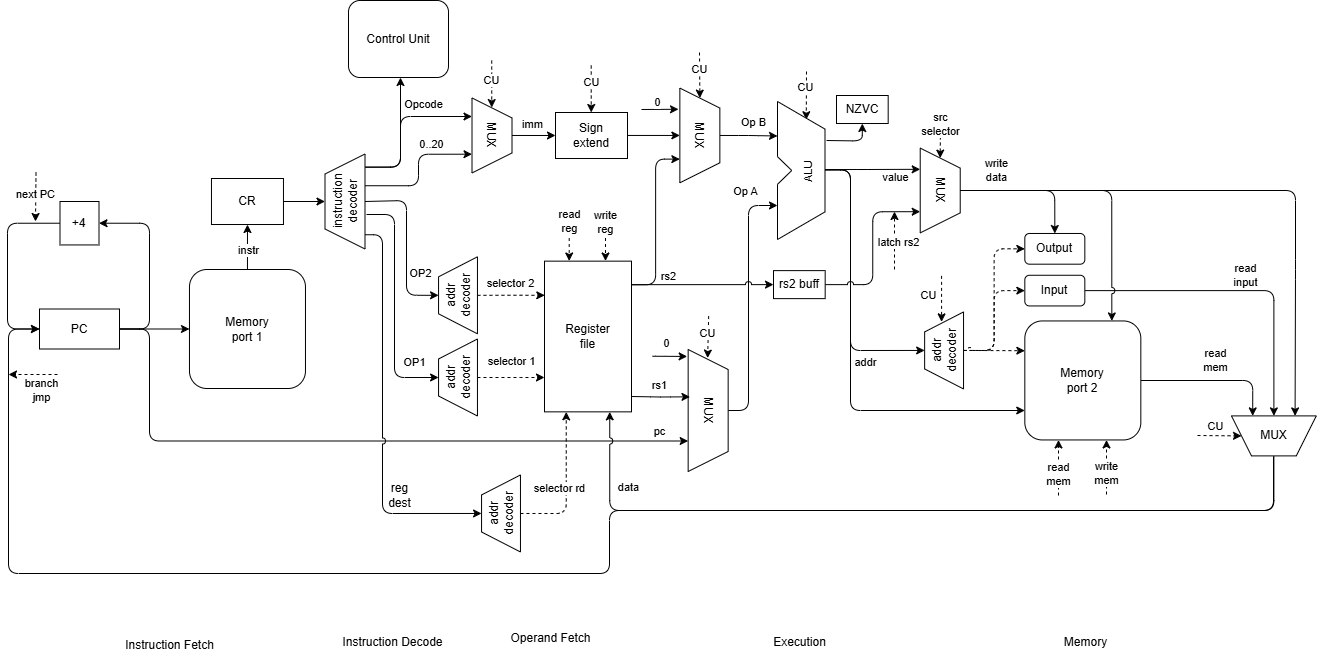
The draw.io diagram Computer Architecture/Lab_3_Scheme/risk_iv.png in Dmitrylesnoy/ITMO-study-labs, before a commit. Source tidied: cells renumbered, new cells last; positions are measured from the earlier drawing's top-left corner, leaving out a move shared by most shapes.
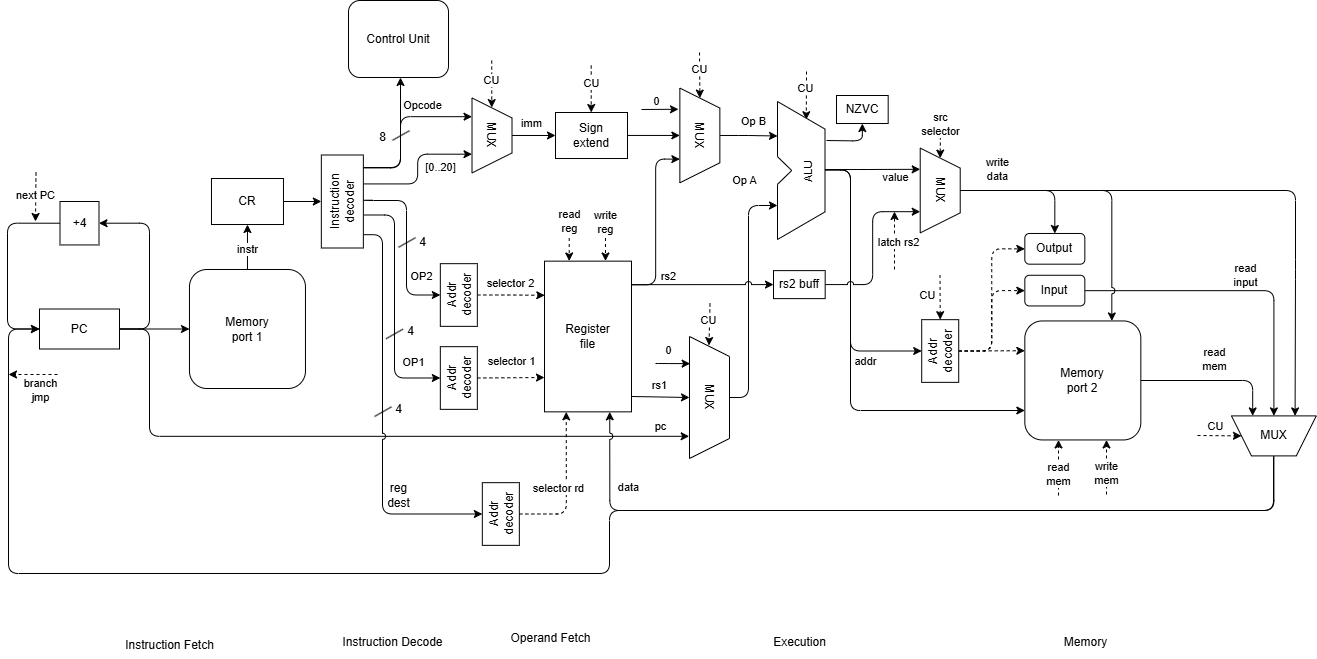
The same diagram one commit later.

Commit message:
CSA risk-iv scheme

What changed in the source:
```diff
@@ -5,11 +5,11 @@
     <mxCell id="2" style="edgeStyle=orthogonalEdgeStyle;html=1;entryX=0;entryY=0.5;entryDx=0;entryDy=0;" parent="1" edge="1" source="6" target="75">
       <mxGeometry relative="1" as="geometry" />
     </mxCell>
-    <mxCell id="3" style="edgeStyle=orthogonalEdgeStyle;html=1;entryX=0.75;entryY=1;entryDx=0;entryDy=0;exitX=1;exitY=0.5;exitDx=0;exitDy=0;" parent="1" edge="1" source="6" target="17">
+    <mxCell id="3" style="edgeStyle=orthogonalEdgeStyle;html=1;entryX=0.818;entryY=1.008;entryDx=0;entryDy=0;exitX=1;exitY=0.5;exitDx=0;exitDy=0;entryPerimeter=0;" parent="1" edge="1" source="6" target="17">
       <mxGeometry relative="1" as="geometry">
         <Array as="points">
-          <mxPoint x="142" y="328" />
-          <mxPoint x="142" y="440" />
+          <mxPoint x="142" y="329" />
+          <mxPoint x="142" y="436" />
         </Array>
       </mxGeometry>
     </mxCell>
@@ -32,8 +32,9 @@
     <mxCell id="7" value="Control Unit" style="rounded=1;whiteSpace=wrap;html=1;direction=south;" parent="1" vertex="1">
       <mxGeometry x="341" width="100" height="77" as="geometry" />
     </mxCell>
-    <mxCell id="8" style="edgeStyle=orthogonalEdgeStyle;html=1;entryX=0.86;entryY=1.01;entryDx=0;entryDy=0;startArrow=classic;startFill=1;endArrow=none;endFill=0;entryPerimeter=0;" parent="1" edge="1" source="7" target="39">
+    <mxCell id="8" style="edgeStyle=orthogonalEdgeStyle;html=1;startArrow=classic;startFill=1;endArrow=none;endFill=0;" parent="1" edge="1" source="7">
       <mxGeometry relative="1" as="geometry">
+        <mxPoint x="356" y="167" as="targetPoint" />
         <Array as="points">
           <mxPoint x="393" y="167" />
         </Array>
@@ -66,7 +67,7 @@
     <mxCell id="15" style="edgeStyle=orthogonalEdgeStyle;html=1;entryX=0.25;entryY=0;entryDx=0;entryDy=0;exitX=0.5;exitY=0;exitDx=0;exitDy=0;flowAnimation=0;jumpStyle=arc;" parent="1" edge="1" source="17" target="63">
       <mxGeometry relative="1" as="geometry">
         <Array as="points">
-          <mxPoint x="741" y="410" />
+          <mxPoint x="741" y="397" />
           <mxPoint x="741" y="205" />
           <mxPoint x="770" y="205" />
         </Array>
@@ -78,7 +79,7 @@
       </mxGeometry>
     </mxCell>
     <mxCell id="17" value="MUX" style="shape=trapezoid;perimeter=trapezoidPerimeter;whiteSpace=wrap;html=1;fixedSize=1;rotation=90;" parent="1" vertex="1">
-      <mxGeometry x="639.7" y="390" width="122" height="40" as="geometry" />
+      <mxGeometry x="641" y="377" width="122" height="40" as="geometry" />
     </mxCell>
     <mxCell id="18" style="edgeStyle=orthogonalEdgeStyle;html=1;entryX=0.75;entryY=0;entryDx=0;entryDy=0;" parent="1" edge="1" source="20" target="63">
       <mxGeometry relative="1" as="geometry" />
@@ -128,14 +129,14 @@
     </mxCell>
     <mxCell id="30" value="CU" style="endArrow=classic;html=1;entryX=1;entryY=0.5;entryDx=0;entryDy=0;dashed=1;" parent="1" edge="1">
       <mxGeometry x="-0.19" y="-1" relative="1" as="geometry">
-        <mxPoint x="701.2" y="315.6" as="sourcePoint" />
-        <mxPoint x="700.2" y="357.5" as="targetPoint" />
+        <mxPoint x="702.5" y="303" as="sourcePoint" />
+        <mxPoint x="701.5" y="345" as="targetPoint" />
       </mxGeometry>
     </mxCell>
-    <mxCell id="31" style="edgeStyle=orthogonalEdgeStyle;html=1;exitX=0.5;exitY=1;exitDx=0;exitDy=0;entryX=0.5;entryY=0;entryDx=0;entryDy=0;" parent="1" edge="1" source="39" target="46">
+    <mxCell id="31" style="edgeStyle=orthogonalEdgeStyle;html=1;exitX=0.5;exitY=1;exitDx=0;exitDy=0;entryX=0.5;entryY=0;entryDx=0;entryDy=0;" parent="1" edge="1" source="112" target="110">
       <mxGeometry relative="1" as="geometry">
         <Array as="points">
-          <mxPoint x="358" y="200" />
+          <mxPoint x="356" y="200" />
           <mxPoint x="399" y="200" />
           <mxPoint x="399" y="295" />
         </Array>
@@ -143,15 +144,14 @@
     </mxCell>
     <mxCell id="32" value="OP2" style="edgeLabel;html=1;align=center;verticalAlign=middle;" parent="31" vertex="1">
       <mxGeometry x="0.04" y="1" relative="1" as="geometry">
-        <mxPoint x="12" y="26" as="offset" />
+        <mxPoint x="14" y="31" as="offset" />
       </mxGeometry>
     </mxCell>
-    <mxCell id="33" style="edgeStyle=orthogonalEdgeStyle;html=1;entryX=0.5;entryY=0;entryDx=0;entryDy=0;" parent="1" edge="1" target="43">
+    <mxCell id="33" style="edgeStyle=orthogonalEdgeStyle;html=1;entryX=0.5;entryY=0;entryDx=0;entryDy=0;exitX=0.355;exitY=1.01;exitDx=0;exitDy=0;exitPerimeter=0;" parent="1" edge="1" source="112" target="111">
       <mxGeometry relative="1" as="geometry">
-        <mxPoint x="359" y="214" as="sourcePoint" />
         <Array as="points">
           <mxPoint x="387" y="214" />
-          <mxPoint x="387" y="377" />
+          <mxPoint x="387" y="378" />
         </Array>
       </mxGeometry>
     </mxCell>
@@ -160,40 +160,36 @@
         <mxPoint x="17" y="48" as="offset" />
       </mxGeometry>
     </mxCell>
-    <mxCell id="35" style="edgeStyle=orthogonalEdgeStyle;shape=connector;rounded=1;jumpStyle=arc;html=1;strokeColor=default;align=center;verticalAlign=middle;fontFamily=Helvetica;fontSize=11;fontColor=default;labelBackgroundColor=default;endArrow=classic;flowAnimation=0;exitX=0.15;exitY=0.987;exitDx=0;exitDy=0;exitPerimeter=0;entryX=0.5;entryY=0;entryDx=0;entryDy=0;" parent="1" edge="1" source="39" target="70">
+    <mxCell id="35" style="edgeStyle=orthogonalEdgeStyle;shape=connector;rounded=1;jumpStyle=arc;html=1;strokeColor=default;align=center;verticalAlign=middle;fontFamily=Helvetica;fontSize=11;fontColor=default;labelBackgroundColor=default;endArrow=classic;flowAnimation=0;exitX=0.143;exitY=1;exitDx=0;exitDy=0;exitPerimeter=0;entryX=0.5;entryY=0;entryDx=0;entryDy=0;" parent="1" edge="1" source="112" target="113">
       <mxGeometry relative="1" as="geometry">
         <Array as="points">
           <mxPoint x="375" y="234" />
-          <mxPoint x="375" y="513" />
+          <mxPoint x="375" y="514" />
         </Array>
       </mxGeometry>
     </mxCell>
-    <mxCell id="36" style="edgeStyle=orthogonalEdgeStyle;html=1;entryX=0.25;entryY=1;entryDx=0;entryDy=0;exitX=0.863;exitY=1;exitDx=0;exitDy=0;exitPerimeter=0;" parent="1" edge="1" source="39" target="12">
+    <mxCell id="36" style="edgeStyle=orthogonalEdgeStyle;html=1;entryX=0.25;entryY=1;entryDx=0;entryDy=0;exitX=0.861;exitY=0.975;exitDx=0;exitDy=0;exitPerimeter=0;" parent="1" edge="1" source="112" target="12">
       <mxGeometry relative="1" as="geometry">
         <Array as="points">
-          <mxPoint x="393" y="166" />
+          <mxPoint x="393" y="167" />
           <mxPoint x="393" y="116" />
-          <mxPoint x="464" y="116" />
         </Array>
       </mxGeometry>
     </mxCell>
-    <mxCell id="37" style="edgeStyle=orthogonalEdgeStyle;html=1;entryX=0.75;entryY=1;entryDx=0;entryDy=0;exitX=0.666;exitY=0.999;exitDx=0;exitDy=0;exitPerimeter=0;" parent="1" edge="1" source="39" target="12">
+    <mxCell id="37" style="edgeStyle=orthogonalEdgeStyle;html=1;entryX=0.75;entryY=1;entryDx=0;entryDy=0;exitX=0.689;exitY=0.985;exitDx=0;exitDy=0;exitPerimeter=0;" parent="1" edge="1" source="112" target="12">
       <mxGeometry relative="1" as="geometry" />
     </mxCell>
-    <mxCell id="38" value="0..20" style="edgeLabel;html=1;align=center;verticalAlign=middle;" parent="37" vertex="1">
+    <mxCell id="38" value="[0..20]" style="edgeLabel;html=1;align=center;verticalAlign=middle;" parent="37" vertex="1">
       <mxGeometry x="0.38" y="1" relative="1" as="geometry">
-        <mxPoint x="1" y="-9" as="offset" />
+        <mxPoint x="11" y="14" as="offset" />
       </mxGeometry>
     </mxCell>
-    <mxCell id="39" value="instruction&lt;div&gt;decoder&lt;/div&gt;" style="shape=trapezoid;perimeter=trapezoidPerimeter;whiteSpace=wrap;html=1;fixedSize=1;rotation=-90;" parent="1" vertex="1">
-      <mxGeometry x="290" y="181" width="95" height="40" as="geometry" />
-    </mxCell>
     <mxCell id="40" style="edgeStyle=orthogonalEdgeStyle;html=1;entryX=0.25;entryY=1;entryDx=0;entryDy=0;" parent="1" edge="1">
       <mxGeometry relative="1" as="geometry">
-        <mxPoint x="645" y="355.8" as="sourcePoint" />
-        <mxPoint x="679.7" y="355.9" as="targetPoint" />
+        <mxPoint x="648" y="363" as="sourcePoint" />
+        <mxPoint x="682.7" y="363.2" as="targetPoint" />
         <Array as="points">
-          <mxPoint x="648" y="356.8" />
+          <mxPoint x="651" y="364" />
         </Array>
       </mxGeometry>
     </mxCell>
@@ -202,15 +198,12 @@
         <mxPoint x="-2" y="-13" as="offset" />
       </mxGeometry>
     </mxCell>
-    <mxCell id="42" style="edgeStyle=orthogonalEdgeStyle;html=1;entryX=0;entryY=0.5;entryDx=0;entryDy=0;dashed=1;" parent="1" edge="1" source="43">
+    <mxCell id="42" style="edgeStyle=orthogonalEdgeStyle;html=1;entryX=0;entryY=0.5;entryDx=0;entryDy=0;dashed=1;exitX=0.5;exitY=1;exitDx=0;exitDy=0;" parent="1" edge="1" source="111">
       <mxGeometry relative="1" as="geometry">
         <mxPoint x="537" y="377" as="targetPoint" />
       </mxGeometry>
     </mxCell>
-    <mxCell id="43" value="addr&lt;div&gt;decoder&lt;/div&gt;" style="shape=trapezoid;perimeter=trapezoidPerimeter;whiteSpace=wrap;html=1;fixedSize=1;rotation=-90;" parent="1" vertex="1">
-      <mxGeometry x="412" y="357.5" width="77" height="38.9" as="geometry" />
-    </mxCell>
-    <mxCell id="44" style="edgeStyle=orthogonalEdgeStyle;html=1;entryX=0;entryY=0.5;entryDx=0;entryDy=0;exitX=0.5;exitY=1;exitDx=0;exitDy=0;dashed=1;" parent="1" edge="1" source="46">
+    <mxCell id="44" style="edgeStyle=orthogonalEdgeStyle;html=1;entryX=0;entryY=0.5;entryDx=0;entryDy=0;exitX=0.5;exitY=1;exitDx=0;exitDy=0;dashed=1;" parent="1" edge="1" source="110">
       <mxGeometry relative="1" as="geometry">
         <mxPoint x="537.3" y="294.8" as="targetPoint" />
       </mxGeometry>
@@ -220,10 +213,7 @@
         <mxPoint x="1" y="-11" as="offset" />
       </mxGeometry>
     </mxCell>
-    <mxCell id="46" value="addr&lt;div&gt;decoder&lt;/div&gt;" style="shape=trapezoid;perimeter=trapezoidPerimeter;whiteSpace=wrap;html=1;fixedSize=1;rotation=-90;" parent="1" vertex="1">
-      <mxGeometry x="412" y="275.4" width="77" height="38.9" as="geometry" />
-    </mxCell>
-    <mxCell id="47" style="edgeStyle=orthogonalEdgeStyle;html=1;entryX=0.388;entryY=0.954;entryDx=0;entryDy=0;entryPerimeter=0;" parent="1" edge="1" target="17">
+    <mxCell id="47" style="edgeStyle=orthogonalEdgeStyle;html=1;entryX=0.5;entryY=1;entryDx=0;entryDy=0;" parent="1" edge="1" target="17">
       <mxGeometry relative="1" as="geometry">
         <mxPoint x="624" y="396" as="sourcePoint" />
       </mxGeometry>
@@ -233,23 +223,19 @@
         <mxPoint x="-2" y="-12" as="offset" />
       </mxGeometry>
     </mxCell>
-    <mxCell id="49" style="edgeStyle=orthogonalEdgeStyle;shape=connector;rounded=1;jumpStyle=arc;html=1;entryX=0;entryY=0.5;entryDx=0;entryDy=0;strokeColor=default;align=center;verticalAlign=middle;fontFamily=Helvetica;fontSize=11;fontColor=default;labelBackgroundColor=default;endArrow=classic;flowAnimation=0;dashed=1;" parent="1" edge="1" source="52" target="27">
+    <mxCell id="49" style="edgeStyle=orthogonalEdgeStyle;shape=connector;rounded=1;jumpStyle=arc;html=1;entryX=0;entryY=0.5;entryDx=0;entryDy=0;strokeColor=default;align=center;verticalAlign=middle;fontFamily=Helvetica;fontSize=11;fontColor=default;labelBackgroundColor=default;endArrow=classic;flowAnimation=0;dashed=1;exitX=0.5;exitY=1;exitDx=0;exitDy=0;" parent="1" edge="1" source="109" target="27">
       <mxGeometry relative="1" as="geometry" />
     </mxCell>
-    <mxCell id="50" style="edgeStyle=orthogonalEdgeStyle;shape=connector;rounded=1;jumpStyle=arc;html=1;strokeColor=default;align=center;verticalAlign=middle;fontFamily=Helvetica;fontSize=11;fontColor=default;labelBackgroundColor=default;endArrow=classic;flowAnimation=0;dashed=1;entryX=0;entryY=0.5;entryDx=0;entryDy=0;" parent="1" edge="1" source="52" target="26">
+    <mxCell id="50" style="edgeStyle=orthogonalEdgeStyle;shape=connector;rounded=1;jumpStyle=arc;html=1;strokeColor=default;align=center;verticalAlign=middle;fontFamily=Helvetica;fontSize=11;fontColor=default;labelBackgroundColor=default;endArrow=classic;flowAnimation=0;dashed=1;entryX=0;entryY=0.5;entryDx=0;entryDy=0;exitX=0.5;exitY=1;exitDx=0;exitDy=0;" parent="1" edge="1" source="109" target="26">
       <mxGeometry relative="1" as="geometry" />
     </mxCell>
-    <mxCell id="51" style="edgeStyle=orthogonalEdgeStyle;shape=connector;rounded=1;jumpStyle=arc;html=1;entryX=0;entryY=0.25;entryDx=0;entryDy=0;strokeColor=default;align=center;verticalAlign=middle;fontFamily=Helvetica;fontSize=11;fontColor=default;labelBackgroundColor=default;endArrow=classic;flowAnimation=0;dashed=1;exitX=0.5;exitY=1;exitDx=0;exitDy=0;" parent="1" edge="1" source="52" target="23">
+    <mxCell id="51" style="edgeStyle=orthogonalEdgeStyle;shape=connector;rounded=1;jumpStyle=arc;html=1;entryX=0;entryY=0.25;entryDx=0;entryDy=0;strokeColor=default;align=center;verticalAlign=middle;fontFamily=Helvetica;fontSize=11;fontColor=default;labelBackgroundColor=default;endArrow=classic;flowAnimation=0;dashed=1;exitX=0.5;exitY=1;exitDx=0;exitDy=0;" parent="1" edge="1" source="109" target="23">
       <mxGeometry relative="1" as="geometry">
         <Array as="points">
-          <mxPoint x="971" y="350" />
-          <mxPoint x="971" y="350" />
+          <mxPoint x="971" y="351" />
         </Array>
       </mxGeometry>
     </mxCell>
-    <mxCell id="52" value="addr&lt;div&gt;decoder&lt;/div&gt;" style="shape=trapezoid;perimeter=trapezoidPerimeter;whiteSpace=wrap;html=1;fixedSize=1;rotation=-90;" parent="1" vertex="1">
-      <mxGeometry x="898.1" y="330.5" width="77" height="38.9" as="geometry" />
-    </mxCell>
     <mxCell id="53" style="edgeStyle=orthogonalEdgeStyle;shape=connector;rounded=1;jumpStyle=arc;html=1;entryX=0.75;entryY=0;entryDx=0;entryDy=0;strokeColor=default;align=center;verticalAlign=middle;fontFamily=Helvetica;fontSize=11;fontColor=default;labelBackgroundColor=default;endArrow=classic;flowAnimation=0;" parent="1" edge="1" source="55" target="23">
       <mxGeometry relative="1" as="geometry" />
     </mxCell>
@@ -297,11 +283,11 @@
         <mxPoint x="-91" y="-48" as="offset" />
       </mxGeometry>
     </mxCell>
-    <mxCell id="61" style="edgeStyle=orthogonalEdgeStyle;shape=connector;rounded=1;jumpStyle=arc;html=1;entryX=0.5;entryY=0;entryDx=0;entryDy=0;strokeColor=default;align=center;verticalAlign=middle;fontFamily=Helvetica;fontSize=11;fontColor=default;labelBackgroundColor=default;endArrow=classic;flowAnimation=0;exitX=0.504;exitY=1.218;exitDx=0;exitDy=0;exitPerimeter=0;" parent="1" edge="1" source="63" target="52">
+    <mxCell id="61" style="edgeStyle=orthogonalEdgeStyle;shape=connector;rounded=1;jumpStyle=arc;html=1;entryX=0.5;entryY=0;entryDx=0;entryDy=0;strokeColor=default;align=center;verticalAlign=middle;fontFamily=Helvetica;fontSize=11;fontColor=default;labelBackgroundColor=default;endArrow=classic;flowAnimation=0;exitX=0.504;exitY=1.218;exitDx=0;exitDy=0;exitPerimeter=0;" parent="1" edge="1" source="63" target="109">
       <mxGeometry relative="1" as="geometry">
         <Array as="points">
           <mxPoint x="843" y="169" />
-          <mxPoint x="843" y="350" />
+          <mxPoint x="843" y="351" />
         </Array>
       </mxGeometry>
     </mxCell>
@@ -313,10 +299,9 @@
     <mxCell id="63" style="shape=(stored shape, 428 characters);whiteSpace=wrap;html=1;rotation=-90;" parent="1" vertex="1">
       <mxGeometry x="720" y="151" width="138" height="38" as="geometry" />
     </mxCell>
-    <mxCell id="64" value="CU" style="endArrow=classic;html=1;dashed=1;" parent="1" edge="1">
+    <mxCell id="64" value="CU" style="endArrow=classic;html=1;dashed=1;entryX=1;entryY=0.5;entryDx=0;entryDy=0;" parent="1" edge="1" target="109">
       <mxGeometry x="-0.12" y="-13" relative="1" as="geometry">
-        <mxPoint x="934.1" y="275.4" as="sourcePoint" />
-        <mxPoint x="934.1" y="321.4" as="targetPoint" />
+        <mxPoint x="932.5" y="274.5" as="sourcePoint" />
       </mxGeometry>
     </mxCell>
     <mxCell id="65" value="CU" style="endArrow=classic;html=1;entryX=1;entryY=0.5;entryDx=0;entryDy=0;dashed=1;" parent="1" edge="1" target="84">
@@ -342,10 +327,7 @@
     <mxCell id="69" value="Sign&lt;div&gt;extend&lt;/div&gt;" style="whiteSpace=wrap;html=1;rounded=0;rotation=0;" parent="1" vertex="1">
       <mxGeometry x="548" y="112" width="72" height="46" as="geometry" />
     </mxCell>
-    <mxCell id="70" value="addr&lt;div&gt;decoder&lt;/div&gt;" style="shape=trapezoid;perimeter=trapezoidPerimeter;whiteSpace=wrap;html=1;fixedSize=1;rotation=-90;" parent="1" vertex="1">
-      <mxGeometry x="455" y="493.5" width="77" height="38.9" as="geometry" />
-    </mxCell>
-    <mxCell id="71" style="edgeStyle=orthogonalEdgeStyle;html=1;entryX=0.25;entryY=1;entryDx=0;entryDy=0;dashed=1;" parent="1" edge="1" source="70" target="77">
+    <mxCell id="71" style="edgeStyle=orthogonalEdgeStyle;html=1;entryX=0.25;entryY=1;entryDx=0;entryDy=0;dashed=1;exitX=0.5;exitY=1;exitDx=0;exitDy=0;" parent="1" edge="1" source="113" target="77">
       <mxGeometry relative="1" as="geometry" />
     </mxCell>
     <mxCell id="72" value="selector rd" style="edgeLabel;html=1;align=center;verticalAlign=middle;" parent="71" vertex="1">
@@ -433,7 +415,7 @@
         <mxPoint x="561.7" y="260.5" as="targetPoint" />
       </mxGeometry>
     </mxCell>
-    <mxCell id="93" style="edgeStyle=none;html=1;entryX=0.5;entryY=0;entryDx=0;entryDy=0;" parent="1" edge="1" source="94" target="39">
+    <mxCell id="93" style="edgeStyle=none;html=1;entryX=0.5;entryY=0;entryDx=0;entryDy=0;" parent="1" edge="1" source="94" target="112">
       <mxGeometry relative="1" as="geometry" />
     </mxCell>
     <mxCell id="94" value="CR" style="whiteSpace=wrap;html=1;rounded=0;rotation=0;" parent="1" vertex="1">
@@ -514,5 +496,56 @@
         <mxPoint x="887" y="211" as="targetPoint" />
       </mxGeometry>
     </mxCell>
+    <mxCell id="109" value="Addr&lt;div&gt;decoder&lt;/div&gt;" style="whiteSpace=wrap;html=1;rounded=0;rotation=-90;" parent="1" vertex="1">
+      <mxGeometry x="901.4" y="332" width="62.7" height="37" as="geometry" />
+    </mxCell>
+    <mxCell id="110" value="Addr&lt;div&gt;decoder&lt;/div&gt;" style="whiteSpace=wrap;html=1;rounded=0;rotation=-90;" parent="1" vertex="1">
+      <mxGeometry x="420" y="276" width="62.7" height="37" as="geometry" />
+    </mxCell>
+    <mxCell id="111" value="Addr&lt;div&gt;decoder&lt;/div&gt;" style="whiteSpace=wrap;html=1;rounded=0;rotation=-90;" parent="1" vertex="1">
+      <mxGeometry x="420" y="359" width="62.7" height="37" as="geometry" />
+    </mxCell>
+    <mxCell id="112" value="Instruction&lt;br&gt;&lt;div&gt;decoder&lt;/div&gt;" style="whiteSpace=wrap;html=1;rounded=0;rotation=-90;" parent="1" vertex="1">
+      <mxGeometry x="288.3" y="180" width="93" height="42" as="geometry" />
+    </mxCell>
+    <mxCell id="113" value="Addr&lt;div&gt;decoder&lt;/div&gt;" style="whiteSpace=wrap;html=1;rounded=0;rotation=-90;" parent="1" vertex="1">
+      <mxGeometry x="462" y="495" width="62.7" height="37" as="geometry" />
+    </mxCell>
+    <mxCell id="114" style="edgeStyle=none;orthogonalLoop=1;jettySize=auto;html=1;endArrow=none;endFill=0;" parent="1" edge="1">
+      <mxGeometry relative="1" as="geometry">
+        <mxPoint x="367" y="416" as="sourcePoint" />
+        <mxPoint x="384" y="406.4" as="targetPoint" />
+      </mxGeometry>
+    </mxCell>
+    <mxCell id="115" value="4" style="text;html=1;align=center;verticalAlign=middle;strokeColor=none;fillColor=none;" parent="1" vertex="1">
+      <mxGeometry x="390" y="318" width="25" height="26" as="geometry" />
+    </mxCell>
+    <mxCell id="116" value="4" style="text;html=1;align=center;verticalAlign=middle;strokeColor=none;fillColor=none;" parent="1" vertex="1">
+      <mxGeometry x="402" y="229" width="25" height="26" as="geometry" />
+    </mxCell>
+    <mxCell id="117" value="4" style="text;html=1;align=center;verticalAlign=middle;strokeColor=none;fillColor=none;" parent="1" vertex="1">
+      <mxGeometry x="378.5" y="396" width="25" height="26" as="geometry" />
+    </mxCell>
+    <mxCell id="118" value="8" style="text;html=1;align=center;verticalAlign=middle;strokeColor=none;fillColor=none;" parent="1" vertex="1">
+      <mxGeometry x="362" y="124" width="25" height="26" as="geometry" />
+    </mxCell>
+    <mxCell id="119" style="edgeStyle=none;orthogonalLoop=1;jettySize=auto;html=1;endArrow=none;endFill=0;" parent="1" edge="1">
+      <mxGeometry relative="1" as="geometry">
+        <mxPoint x="378.5" y="338.3" as="sourcePoint" />
+        <mxPoint x="395.5" y="328.6" as="targetPoint" />
+      </mxGeometry>
+    </mxCell>
+    <mxCell id="120" style="edgeStyle=none;orthogonalLoop=1;jettySize=auto;html=1;endArrow=none;endFill=0;" parent="1" edge="1">
+      <mxGeometry relative="1" as="geometry">
+        <mxPoint x="391" y="246.8" as="sourcePoint" />
+        <mxPoint x="408" y="237.2" as="targetPoint" />
+      </mxGeometry>
+    </mxCell>
+    <mxCell id="121" style="edgeStyle=none;orthogonalLoop=1;jettySize=auto;html=1;endArrow=none;endFill=0;" parent="1" edge="1">
+      <mxGeometry relative="1" as="geometry">
+        <mxPoint x="385" y="139.8" as="sourcePoint" />
+        <mxPoint x="402" y="130.2" as="targetPoint" />
+      </mxGeometry>
+    </mxCell>
   </root>
 </mxGraphModel>
```
